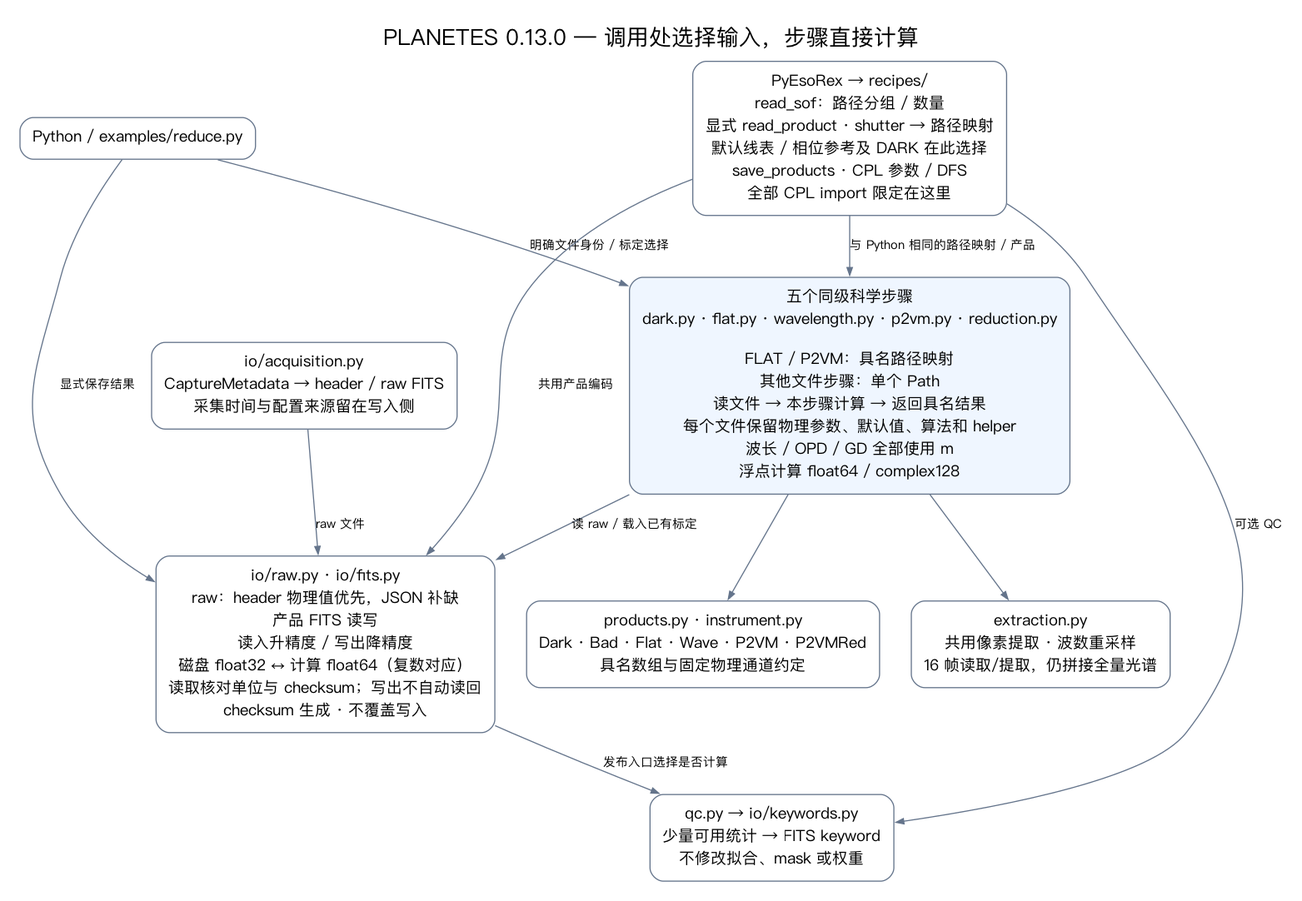
Earlier version of the Graphviz export docs/architecture.png (zexwu/planetes_pipe). Its source is kept beside it as docs/architecture.dot.
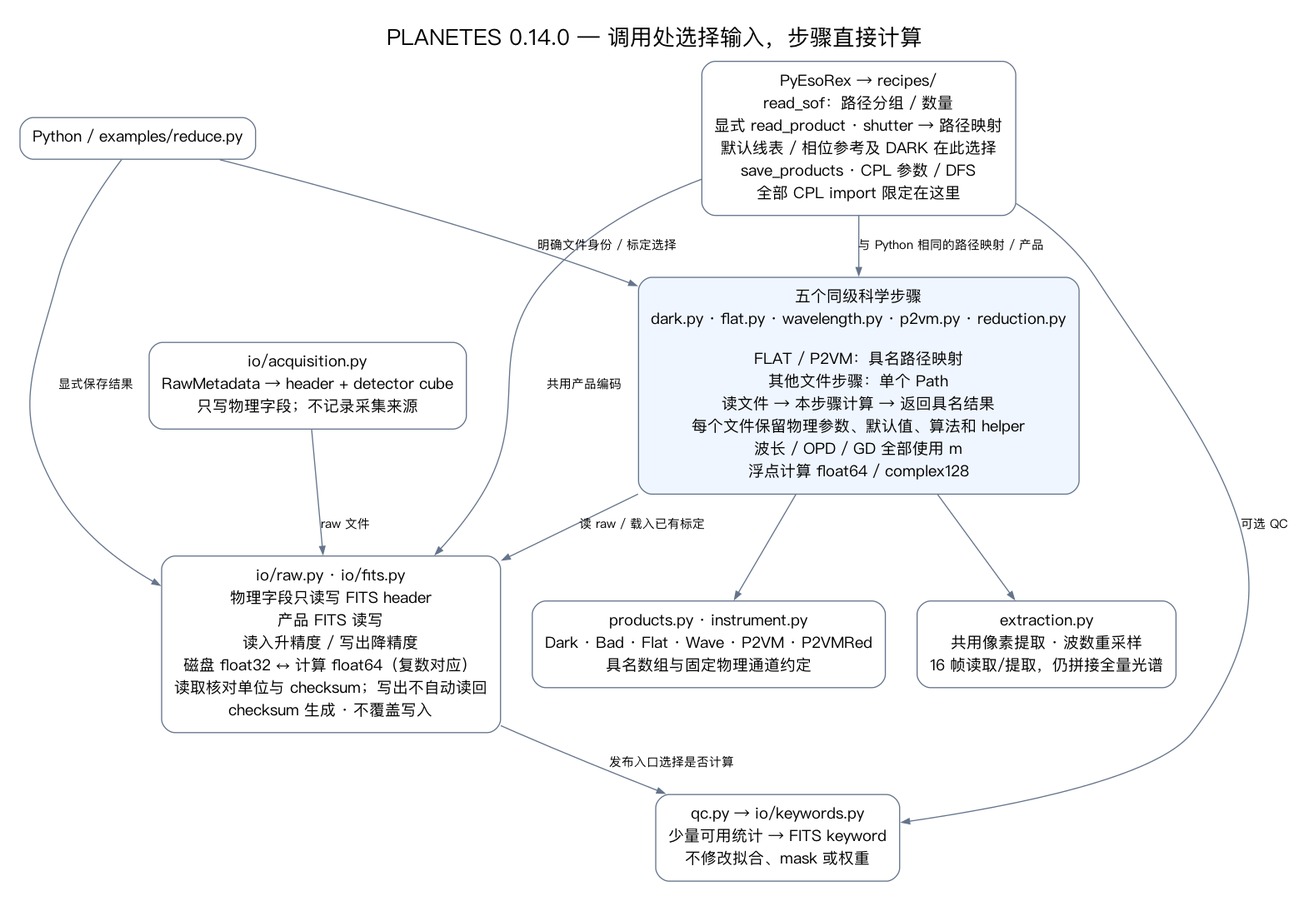
Later version of the same file.

What changed in the source:
```diff
@@ -1,13 +1,13 @@
 digraph Architecture {
-  graph [rankdir=TB, bgcolor="white", pad=0.25, nodesep=0.4, ranksep=0.55, fontname="PingFang SC", fontsize=20, label="PLANETES 0.13.0 — 调用处选择输入，步骤直接计算", labelloc=t];
+  graph [rankdir=TB, bgcolor="white", pad=0.25, nodesep=0.4, ranksep=0.55, fontname="PingFang SC", fontsize=20, label="PLANETES 0.14.0 — 调用处选择输入，步骤直接计算", labelloc=t];
   node [shape=box, style="rounded", fontname="PingFang SC", fontsize=14, color="#64748b", margin="0.16,0.12"];
   edge [fontname="PingFang SC", fontsize=11, color="#64748b", arrowsize=0.7];
   python [label="Python / examples/reduce.py"];
   recipes [label="PyEsoRex → recipes/\nread_sof：路径分组 / 数量\n显式 read_product · shutter → 路径映射\n默认线表 / 相位参考及 DARK 在此选择\nsave_products · CPL 参数 / DFS\n全部 CPL import 限定在这里"];
   steps [label="五个同级科学步骤\ndark.py · flat.py · wavelength.py · p2vm.py · reduction.py\n\nFLAT / P2VM：具名路径映射\n其他文件步骤：单个 Path\n读文件 → 本步骤计算 → 返回具名结果\n每个文件保留物理参数、默认值、算法和 helper\n波长 / OPD / GD 全部使用 m\n浮点计算 float64 / complex128", style="rounded,filled", fillcolor="#eff6ff"];
   extraction [label="extraction.py\n共用像素提取 · 波数重采样\n16 帧读取/提取，仍拼接全量光谱"];
-  io [label="io/raw.py · io/fits.py\nraw：header 物理值优先，JSON 补缺\n产品 FITS 读写\n读入升精度 / 写出降精度\n磁盘 float32 ↔ 计算 float64（复数对应）\n读取核对单位与 checksum；写出不自动读回\nchecksum 生成 · 不覆盖写入"];
-  acquisition [label="io/acquisition.py\nCaptureMetadata → header / raw FITS\n采集时间与配置来源留在写入侧"];
+  io [label="io/raw.py · io/fits.py\n物理字段只读写 FITS header\n产品 FITS 读写\n读入升精度 / 写出降精度\n磁盘 float32 ↔ 计算 float64（复数对应）\n读取核对单位与 checksum；写出不自动读回\nchecksum 生成 · 不覆盖写入"];
+  acquisition [label="io/acquisition.py\nRawMetadata → header + detector cube\n只写物理字段；不记录采集来源"];
   products [label="products.py · instrument.py\nDark · Bad · Flat · Wave · P2VM · P2VMRed\n具名数组与固定物理通道约定"];
   qc [label="qc.py → io/keywords.py\n少量可用统计 → FITS keyword\n不修改拟合、mask 或权重"];
   {rank=same; python; recipes;}
```
